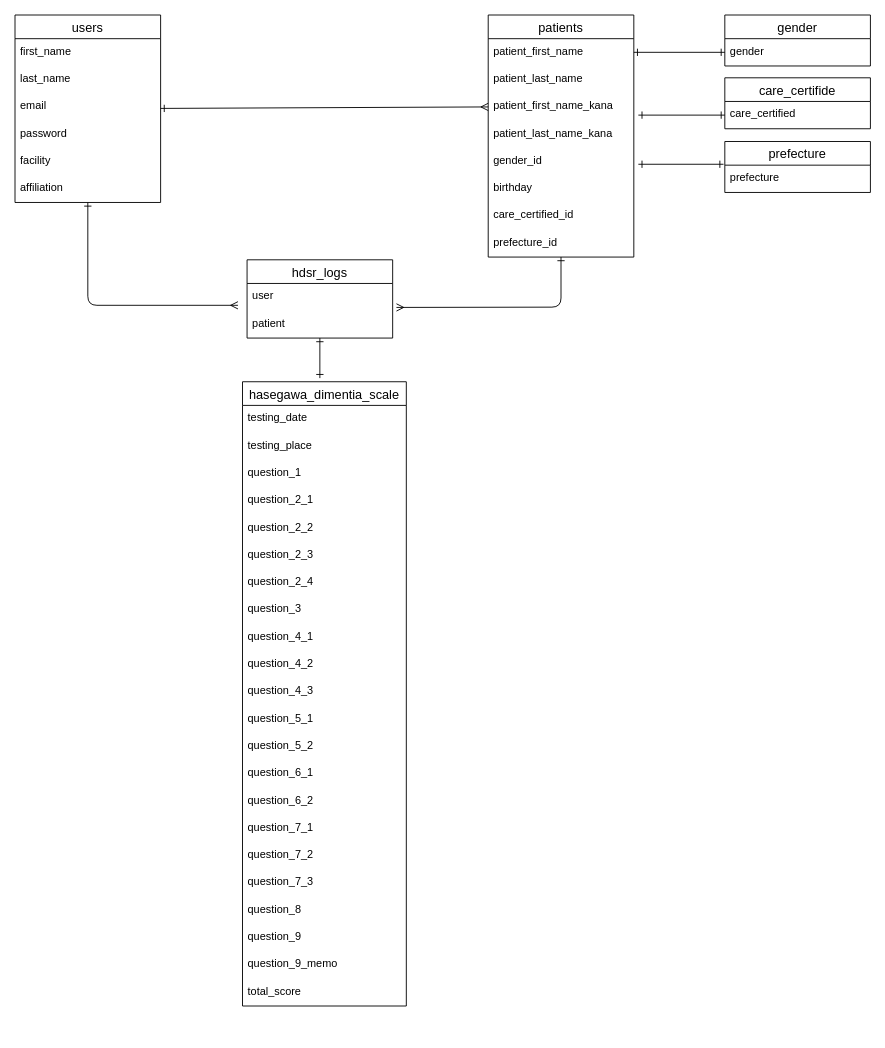
Above: ER_life_function_app.dio in YukihitoTomojiri/life_function_app (draw.io), before the change. Source tidied: cells renumbered, new cells numbered last; positions are measured from the earlier drawing's top-left corner, leaving out a move shared by most shapes. Both pictures are drawn from the tidied source at 91%, with x=0, y=0 at pixel (15, 15).
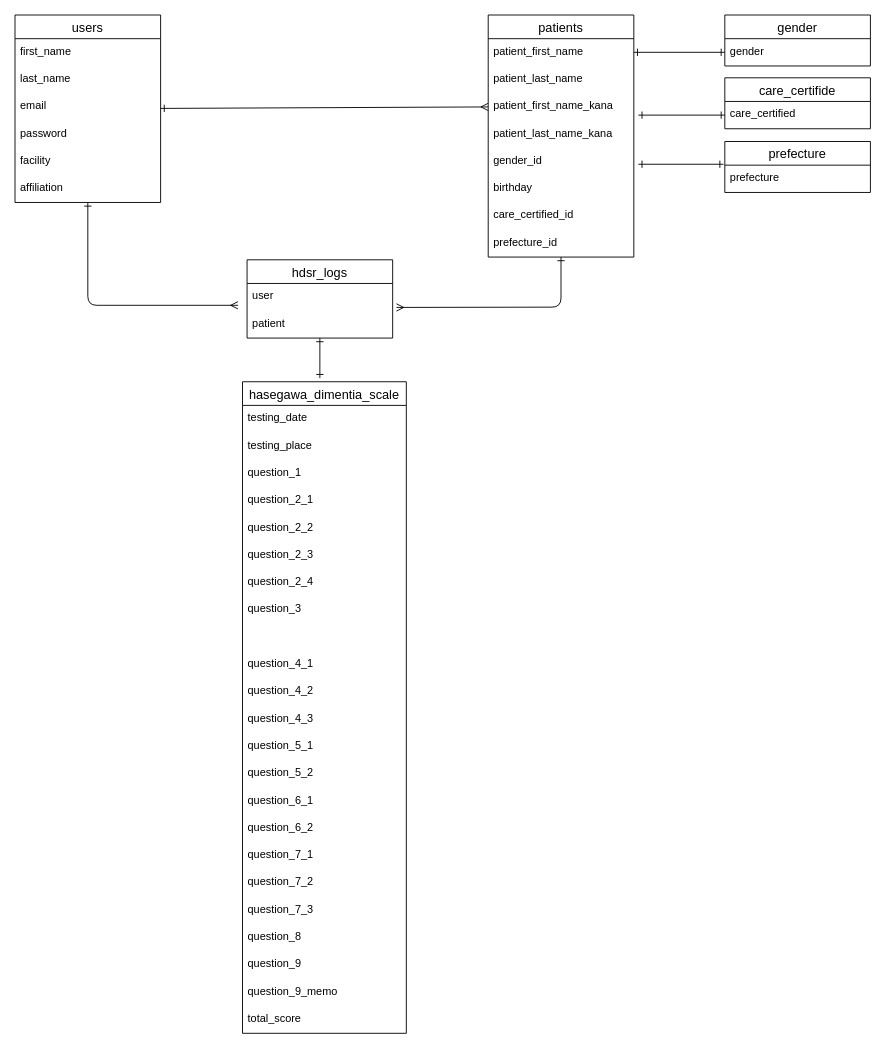
Above is the later version.

Change to the diagram source:
```diff
@@
     <mxCell id="21" value="hasegawa_dimentia_scale" style="swimlane;fontStyle=0;horizontal=1;startSize=26;align=center;fontSize=14;" parent="1" vertex="1">
-      <mxGeometry x="250" y="403" width="180" height="686" as="geometry" />
+      <mxGeometry x="250" y="403" width="180" height="716" as="geometry" />
     </mxCell>
@@
+    <mxCell id="57" style="text;strokeColor=none;fillColor=none;spacingLeft=4;spacingRight=4;overflow=hidden;fontSize=12;" parent="21" vertex="1">
+      <mxGeometry y="266" width="180" height="30" as="geometry" />
+    </mxCell>
     <mxCell id="30" value="question_4_1" style="text;strokeColor=none;fillColor=none;spacingLeft=4;spacingRight=4;overflow=hidden;fontSize=12;" parent="21" vertex="1">
-      <mxGeometry y="266" width="180" height="30" as="geometry" />
+      <mxGeometry y="296" width="180" height="30" as="geometry" />
     </mxCell>
     <mxCell id="31" value="question_4_2" style="text;strokeColor=none;fillColor=none;spacingLeft=4;spacingRight=4;overflow=hidden;fontSize=12;" parent="21" vertex="1">
-      <mxGeometry y="296" width="180" height="30" as="geometry" />
+      <mxGeometry y="326" width="180" height="30" as="geometry" />
     </mxCell>
     <mxCell id="32" value="question_4_3" style="text;strokeColor=none;fillColor=none;spacingLeft=4;spacingRight=4;overflow=hidden;fontSize=12;" parent="21" vertex="1">
-      <mxGeometry y="326" width="180" height="30" as="geometry" />
+      <mxGeometry y="356" width="180" height="30" as="geometry" />
     </mxCell>
     <mxCell id="33" value="question_5_1" style="text;strokeColor=none;fillColor=none;spacingLeft=4;spacingRight=4;overflow=hidden;fontSize=12;" parent="21" vertex="1">
-      <mxGeometry y="356" width="180" height="30" as="geometry" />
+      <mxGeometry y="386" width="180" height="30" as="geometry" />
     </mxCell>
     <mxCell id="34" value="question_5_2" style="text;strokeColor=none;fillColor=none;spacingLeft=4;spacingRight=4;overflow=hidden;fontSize=12;" parent="21" vertex="1">
-      <mxGeometry y="386" width="180" height="30" as="geometry" />
+      <mxGeometry y="416" width="180" height="30" as="geometry" />
     </mxCell>
     <mxCell id="35" value="question_6_1" style="text;strokeColor=none;fillColor=none;spacingLeft=4;spacingRight=4;overflow=hidden;fontSize=12;" parent="21" vertex="1">
-      <mxGeometry y="416" width="180" height="30" as="geometry" />
+      <mxGeometry y="446" width="180" height="30" as="geometry" />
     </mxCell>
     <mxCell id="36" value="question_6_2" style="text;strokeColor=none;fillColor=none;spacingLeft=4;spacingRight=4;overflow=hidden;fontSize=12;" parent="21" vertex="1">
-      <mxGeometry y="446" width="180" height="30" as="geometry" />
+      <mxGeometry y="476" width="180" height="30" as="geometry" />
     </mxCell>
     <mxCell id="37" value="question_7_1" style="text;strokeColor=none;fillColor=none;spacingLeft=4;spacingRight=4;overflow=hidden;fontSize=12;" parent="21" vertex="1">
-      <mxGeometry y="476" width="180" height="30" as="geometry" />
+      <mxGeometry y="506" width="180" height="30" as="geometry" />
     </mxCell>
     <mxCell id="38" value="question_7_2" style="text;strokeColor=none;fillColor=none;spacingLeft=4;spacingRight=4;overflow=hidden;fontSize=12;" parent="21" vertex="1">
-      <mxGeometry y="506" width="180" height="30" as="geometry" />
+      <mxGeometry y="536" width="180" height="30" as="geometry" />
     </mxCell>
     <mxCell id="39" value="question_7_3" style="text;strokeColor=none;fillColor=none;spacingLeft=4;spacingRight=4;overflow=hidden;fontSize=12;" parent="21" vertex="1">
-      <mxGeometry y="536" width="180" height="30" as="geometry" />
+      <mxGeometry y="566" width="180" height="30" as="geometry" />
     </mxCell>
     <mxCell id="40" value="question_8" style="text;strokeColor=none;fillColor=none;spacingLeft=4;spacingRight=4;overflow=hidden;fontSize=12;" parent="21" vertex="1">
-      <mxGeometry y="566" width="180" height="30" as="geometry" />
+      <mxGeometry y="596" width="180" height="30" as="geometry" />
     </mxCell>
     <mxCell id="41" value="question_9" style="text;strokeColor=none;fillColor=none;spacingLeft=4;spacingRight=4;overflow=hidden;fontSize=12;" parent="21" vertex="1">
-      <mxGeometry y="596" width="180" height="30" as="geometry" />
+      <mxGeometry y="626" width="180" height="30" as="geometry" />
     </mxCell>
     <mxCell id="42" value="question_9_memo" style="text;strokeColor=none;fillColor=none;spacingLeft=4;spacingRight=4;overflow=hidden;fontSize=12;" parent="21" vertex="1">
-      <mxGeometry y="626" width="180" height="30" as="geometry" />
+      <mxGeometry y="656" width="180" height="30" as="geometry" />
     </mxCell>
     <mxCell id="43" value="total_score" style="text;strokeColor=none;fillColor=none;spacingLeft=4;spacingRight=4;overflow=hidden;fontSize=12;" parent="21" vertex="1">
-      <mxGeometry y="656" width="180" height="30" as="geometry" />
+      <mxGeometry y="686" width="180" height="30" as="geometry" />
     </mxCell>
```
